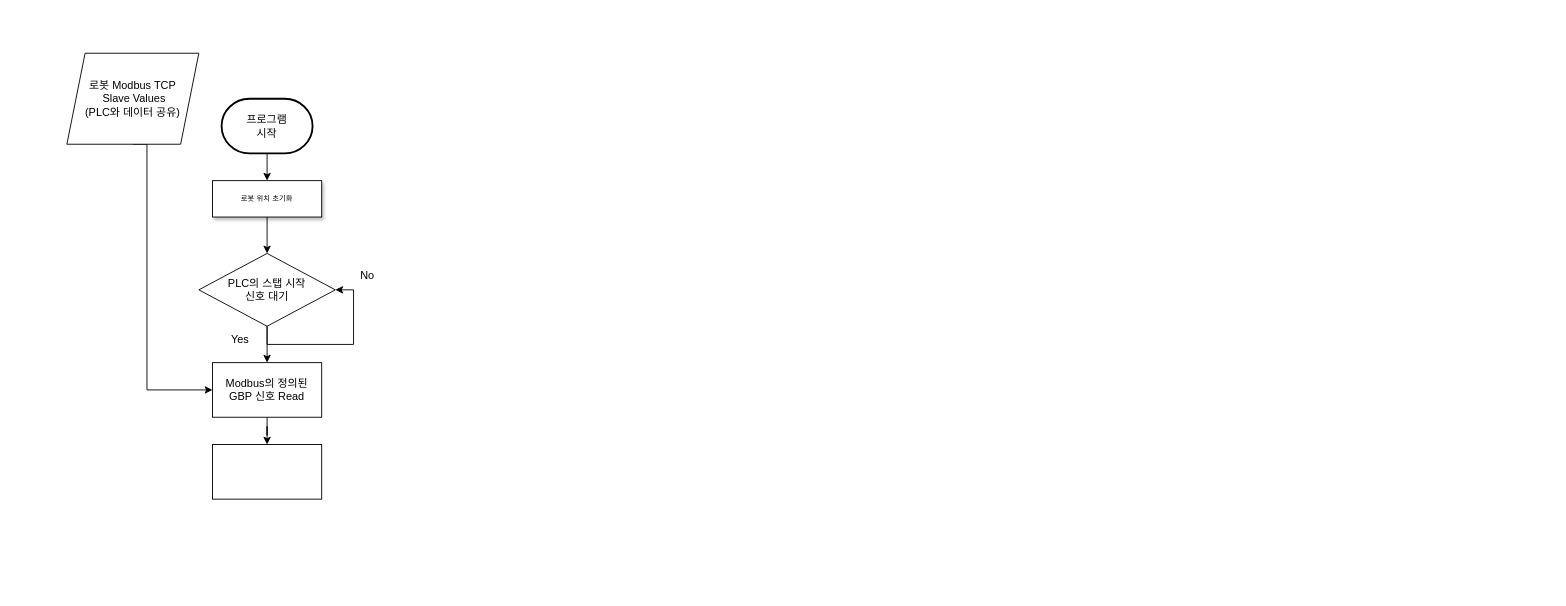
LeeJuMyeong/Documents keeps this draw.io diagram as 제목 없는 다이어그램.drawio. Above is the earlier version. Source tidied: cells renumbered, new cells numbered last; positions are measured from the earlier drawing's top-left corner, leaving out a move shared by most shapes. Both pictures are drawn from the tidied source at 91%, with x=0, y=0 at pixel (66, 53).
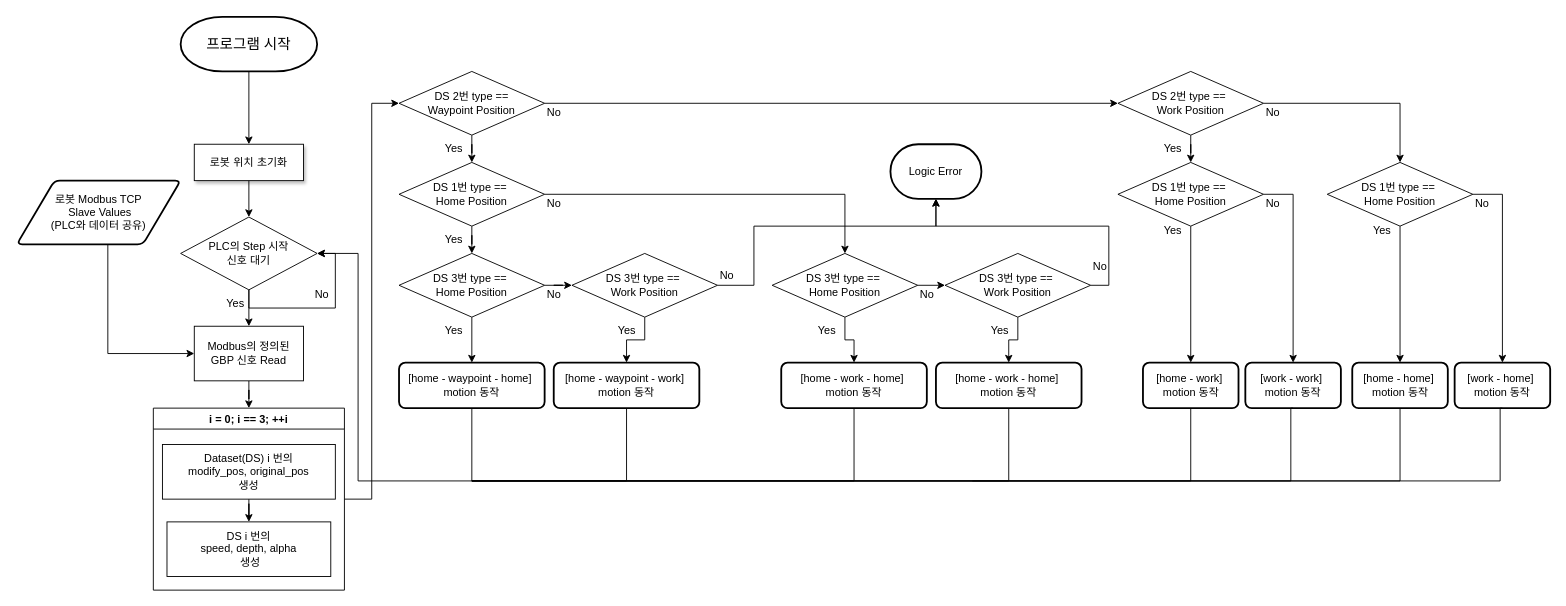
The same page after the edit.

What changed in the source:
```diff
@@
-    <mxCell id="3" value="프로그램&lt;br&gt;시작" style="strokeWidth=2;html=1;shape=mxgraph.flowchart.terminator;whiteSpace=wrap;" parent="1" vertex="1">
-      <mxGeometry x="170" y="50" width="100" height="60" as="geometry" />
+    <mxCell id="3" value="&lt;font style=&quot;font-size: 16px;&quot;&gt;프로그램 시작&lt;/font&gt;" style="strokeWidth=2;html=1;shape=mxgraph.flowchart.terminator;whiteSpace=wrap;" parent="1" vertex="1">
+      <mxGeometry x="125" y="-40" width="150" height="60" as="geometry" />
     </mxCell>
@@
-    <mxCell id="5" value="로봇 위치 초기화" style="whiteSpace=wrap;html=1;rounded=0;shadow=1;labelBackgroundColor=none;strokeWidth=1;fontFamily=Verdana;fontSize=8;align=center;" parent="1" vertex="1">
-      <mxGeometry x="160" y="140" width="120" height="40" as="geometry" />
+    <mxCell id="5" value="&lt;font style=&quot;font-size: 12px;&quot;&gt;로봇 위치 초기화&lt;/font&gt;" style="whiteSpace=wrap;html=1;rounded=0;shadow=1;labelBackgroundColor=none;strokeWidth=1;fontFamily=Verdana;fontSize=8;align=center;" parent="1" vertex="1">
+      <mxGeometry x="140" y="100" width="120" height="40" as="geometry" />
     </mxCell>
-    <mxCell id="6" style="edgeStyle=orthogonalEdgeStyle;rounded=0;jettySize=auto;html=1;" parent="1" edge="1" source="7" target="15">
+    <mxCell id="6" style="edgeStyle=orthogonalEdgeStyle;rounded=0;jettySize=auto;html=1;entryX=0.5;entryY=0;entryDx=0;entryDy=0;" parent="1" edge="1" source="7" target="17">
       <mxGeometry relative="1" as="geometry" />
     </mxCell>
     <mxCell id="7" value="Modbus의 정의된 GBP 신호 Read" style="whiteSpace=wrap;html=1;" parent="1" vertex="1">
-      <mxGeometry x="160" y="340" width="120" height="60" as="geometry" />
+      <mxGeometry x="140" y="300" width="120" height="60" as="geometry" />
     </mxCell>
@@
-    <mxCell id="10" value="PLC의 스탭 시작 &lt;br&gt;신호 대기" style="rhombus;whiteSpace=wrap;html=1;" parent="1" vertex="1">
-      <mxGeometry x="145" y="220" width="150" height="80" as="geometry" />
+    <mxCell id="10" value="PLC의 Step 시작 &lt;br&gt;신호 대기" style="rhombus;whiteSpace=wrap;html=1;" parent="1" vertex="1">
+      <mxGeometry x="125" y="180" width="150" height="80" as="geometry" />
     </mxCell>
     <mxCell id="11" value="No" style="text;html=1;align=center;verticalAlign=middle;strokeColor=none;fillColor=none;" parent="1" vertex="1">
-      <mxGeometry x="310" y="230" width="40" height="30" as="geometry" />
+      <mxGeometry x="260" y="250" width="40" height="30" as="geometry" />
     </mxCell>
     <mxCell id="12" value="Yes" style="text;html=1;align=center;verticalAlign=middle;strokeColor=none;fillColor=none;" parent="1" vertex="1">
-      <mxGeometry x="170" y="300" width="40" height="30" as="geometry" />
+      <mxGeometry x="165" y="260" width="40" height="30" as="geometry" />
     </mxCell>
     <mxCell id="13" style="edgeStyle=orthogonalEdgeStyle;rounded=0;jettySize=auto;html=1;exitX=0.5;exitY=1;exitDx=0;exitDy=0;entryX=0;entryY=0.5;entryDx=0;entryDy=0;" parent="1" edge="1" source="14" target="7">
       <mxGeometry relative="1" as="geometry">
         <Array as="points">
-          <mxPoint x="88" y="370" />
+          <mxPoint x="45" y="330" />
         </Array>
       </mxGeometry>
     </mxCell>
-    <mxCell id="14" value="로봇 Modbus TCP&lt;br&gt;&amp;nbsp;Slave Values&lt;br&gt;(PLC와 데이터 공유)" style="shape=parallelogram;perimeter=parallelogramPerimeter;whiteSpace=wrap;html=1;fixedSize=1;" parent="1" vertex="1">
-      <mxGeometry width="145" height="100" as="geometry" />
+    <mxCell id="14" value="로봇 Modbus TCP&lt;br style=&quot;border-color: var(--border-color);&quot;&gt;&amp;nbsp;Slave Values&lt;br style=&quot;border-color: var(--border-color);&quot;&gt;(PLC와 데이터 공유)" style="shape=parallelogram;html=1;strokeWidth=2;perimeter=parallelogramPerimeter;whiteSpace=wrap;rounded=1;arcSize=12;size=0.23;" parent="1" vertex="1">
+      <mxGeometry x="-55" y="140" width="180" height="70" as="geometry" />
     </mxCell>
-    <mxCell id="15" style="whiteSpace=wrap;html=1;" parent="1" vertex="1">
-      <mxGeometry x="160" y="430" width="120" height="60" as="geometry" />
-    </mxCell>
+    <mxCell id="16" style="edgeStyle=orthogonalEdgeStyle;rounded=0;jettySize=auto;html=1;entryX=0;entryY=0.5;entryDx=0;entryDy=0;" parent="1" edge="1" source="17" target="23">
+      <mxGeometry relative="1" as="geometry" />
+    </mxCell>
+    <mxCell id="17" value="i = 0; i == 3; ++i" style="swimlane;" parent="1" vertex="1">
+      <mxGeometry x="95" y="390" width="210" height="200" as="geometry" />
+    </mxCell>
+    <mxCell id="18" style="edgeStyle=orthogonalEdgeStyle;rounded=0;jettySize=auto;html=1;" parent="17" edge="1" source="19" target="20">
+      <mxGeometry relative="1" as="geometry" />
+    </mxCell>
+    <mxCell id="19" value="Dataset(DS) i 번의&lt;br&gt;modify_pos, original_pos &lt;br&gt;생성" style="whiteSpace=wrap;html=1;" parent="17" vertex="1">
+      <mxGeometry x="10" y="40" width="190" height="60" as="geometry" />
+    </mxCell>
+    <mxCell id="20" value="DS i 번의&lt;br&gt;speed, depth, alpha&lt;br&gt;&amp;nbsp;생성" style="whiteSpace=wrap;html=1;" parent="17" vertex="1">
+      <mxGeometry x="15" y="125" width="180" height="60" as="geometry" />
+    </mxCell>
+    <mxCell id="21" style="edgeStyle=orthogonalEdgeStyle;rounded=0;jettySize=auto;html=1;" parent="1" edge="1" source="23" target="26">
+      <mxGeometry relative="1" as="geometry" />
+    </mxCell>
+    <mxCell id="22" style="edgeStyle=orthogonalEdgeStyle;rounded=0;jettySize=auto;html=1;" parent="1" edge="1" source="23" target="29">
+      <mxGeometry relative="1" as="geometry" />
+    </mxCell>
+    <mxCell id="23" value="&lt;span style=&quot;font-weight: normal;&quot;&gt;DS 2번 type ==&lt;br&gt;Waypoint Position&lt;br&gt;&lt;/span&gt;" style="rhombus;whiteSpace=wrap;html=1;fontStyle=1;startSize=23;" parent="1" vertex="1">
+      <mxGeometry x="365" y="20" width="160" height="70" as="geometry" />
+    </mxCell>
+    <mxCell id="24" style="edgeStyle=orthogonalEdgeStyle;rounded=0;jettySize=auto;html=1;" parent="1" edge="1" source="26" target="32">
+      <mxGeometry relative="1" as="geometry" />
+    </mxCell>
+    <mxCell id="25" style="edgeStyle=orthogonalEdgeStyle;rounded=0;jettySize=auto;html=1;" parent="1" edge="1" source="26" target="37">
+      <mxGeometry relative="1" as="geometry" />
+    </mxCell>
+    <mxCell id="26" value="&lt;span style=&quot;font-weight: normal;&quot;&gt;DS 1번 type ==&amp;nbsp;&lt;br&gt;Home Position&lt;br&gt;&lt;/span&gt;" style="rhombus;whiteSpace=wrap;html=1;fontStyle=1;startSize=23;" parent="1" vertex="1">
+      <mxGeometry x="365" y="120" width="160" height="70" as="geometry" />
+    </mxCell>
+    <mxCell id="27" style="edgeStyle=orthogonalEdgeStyle;rounded=0;jettySize=auto;html=1;entryX=0.5;entryY=0;entryDx=0;entryDy=0;" parent="1" edge="1" source="29" target="63">
+      <mxGeometry relative="1" as="geometry" />
+    </mxCell>
+    <mxCell id="28" style="edgeStyle=orthogonalEdgeStyle;rounded=0;jettySize=auto;html=1;entryX=0.5;entryY=0;entryDx=0;entryDy=0;" parent="1" edge="1" source="29" target="72">
+      <mxGeometry relative="1" as="geometry" />
+    </mxCell>
+    <mxCell id="29" value="&lt;span style=&quot;font-weight: normal;&quot;&gt;DS 2번 type ==&amp;nbsp;&lt;br&gt;Work Position&lt;br&gt;&lt;/span&gt;" style="rhombus;whiteSpace=wrap;html=1;fontStyle=1;startSize=23;" parent="1" vertex="1">
+      <mxGeometry x="1155" y="20" width="160" height="70" as="geometry" />
+    </mxCell>
+    <mxCell id="30" style="edgeStyle=orthogonalEdgeStyle;rounded=0;jettySize=auto;html=1;entryX=0.5;entryY=0;entryDx=0;entryDy=0;" parent="1" edge="1" source="32" target="34">
+      <mxGeometry relative="1" as="geometry" />
+    </mxCell>
+    <mxCell id="31" style="edgeStyle=orthogonalEdgeStyle;rounded=0;jettySize=auto;html=1;" parent="1" edge="1" source="32" target="40">
+      <mxGeometry relative="1" as="geometry" />
+    </mxCell>
+    <mxCell id="32" value="&lt;span style=&quot;font-weight: normal;&quot;&gt;DS 3번 type ==&amp;nbsp;&lt;br&gt;Home Position&lt;br&gt;&lt;/span&gt;" style="rhombus;whiteSpace=wrap;html=1;fontStyle=1;startSize=23;" parent="1" vertex="1">
+      <mxGeometry x="365" y="220" width="160" height="70" as="geometry" />
+    </mxCell>
+    <mxCell id="33" style="edgeStyle=orthogonalEdgeStyle;rounded=0;jettySize=auto;html=1;entryX=1;entryY=0.5;entryDx=0;entryDy=0;exitX=0.5;exitY=1;exitDx=0;exitDy=0;" parent="1" edge="1" source="34" target="10">
+      <mxGeometry relative="1" as="geometry">
+        <Array as="points">
+          <mxPoint x="445" y="470" />
+          <mxPoint x="320" y="470" />
+          <mxPoint x="320" y="220" />
+        </Array>
+      </mxGeometry>
+    </mxCell>
+    <mxCell id="34" value="[home - waypoint - home]&amp;nbsp;&lt;br style=&quot;border-color: var(--border-color);&quot;&gt;motion 동작" style="rounded=1;whiteSpace=wrap;html=1;absoluteArcSize=1;arcSize=14;strokeWidth=2;" parent="1" vertex="1">
+      <mxGeometry x="365" y="340" width="160" height="50" as="geometry" />
+    </mxCell>
+    <mxCell id="35" style="edgeStyle=orthogonalEdgeStyle;rounded=0;jettySize=auto;html=1;exitX=1;exitY=0.5;exitDx=0;exitDy=0;entryX=0;entryY=0.5;entryDx=0;entryDy=0;" parent="1" edge="1" source="37" target="57">
+      <mxGeometry relative="1" as="geometry" />
+    </mxCell>
+    <mxCell id="36" style="edgeStyle=orthogonalEdgeStyle;rounded=0;jettySize=auto;html=1;" parent="1" edge="1" source="37" target="51">
+      <mxGeometry relative="1" as="geometry" />
+    </mxCell>
+    <mxCell id="37" value="&lt;span style=&quot;font-weight: normal;&quot;&gt;DS 3번 type ==&amp;nbsp;&lt;br&gt;Home Position&lt;br&gt;&lt;/span&gt;" style="rhombus;whiteSpace=wrap;html=1;fontStyle=1;startSize=23;" parent="1" vertex="1">
+      <mxGeometry x="775" y="220" width="160" height="70" as="geometry" />
+    </mxCell>
+    <mxCell id="38" style="edgeStyle=orthogonalEdgeStyle;rounded=0;jettySize=auto;html=1;entryX=0.5;entryY=0;entryDx=0;entryDy=0;" parent="1" edge="1" source="40" target="42">
+      <mxGeometry relative="1" as="geometry" />
+    </mxCell>
+    <mxCell id="39" style="edgeStyle=orthogonalEdgeStyle;rounded=0;jettySize=auto;html=1;" parent="1" edge="1" source="40" target="59">
+      <mxGeometry relative="1" as="geometry">
+        <Array as="points">
+          <mxPoint x="755" y="255" />
+          <mxPoint x="755" y="190" />
+          <mxPoint x="955" y="190" />
+        </Array>
+      </mxGeometry>
+    </mxCell>
+    <mxCell id="40" value="&lt;span style=&quot;font-weight: normal;&quot;&gt;DS 3번 type ==&amp;nbsp;&lt;br&gt;Work Position&lt;br&gt;&lt;/span&gt;" style="rhombus;whiteSpace=wrap;html=1;fontStyle=1;startSize=23;" parent="1" vertex="1">
+      <mxGeometry x="555" y="220" width="160" height="70" as="geometry" />
+    </mxCell>
+    <mxCell id="41" style="edgeStyle=orthogonalEdgeStyle;rounded=0;jettySize=auto;html=1;endArrow=none;endFill=0;" parent="1" edge="1" source="42">
+      <mxGeometry relative="1" as="geometry">
+        <mxPoint x="445" y="470" as="targetPoint" />
+        <Array as="points">
+          <mxPoint x="615" y="470" />
+        </Array>
+      </mxGeometry>
+    </mxCell>
+    <mxCell id="42" value="[home - waypoint - work]&amp;nbsp;&lt;br style=&quot;border-color: var(--border-color);&quot;&gt;motion 동작" style="rounded=1;whiteSpace=wrap;html=1;absoluteArcSize=1;arcSize=14;strokeWidth=2;" parent="1" vertex="1">
+      <mxGeometry x="535" y="340" width="160" height="50" as="geometry" />
+    </mxCell>
+    <mxCell id="43" value="Yes" style="text;html=1;align=center;verticalAlign=middle;strokeColor=none;fillColor=none;" parent="1" vertex="1">
+      <mxGeometry x="405" y="90" width="40" height="30" as="geometry" />
+    </mxCell>
+    <mxCell id="44" value="Yes" style="text;html=1;align=center;verticalAlign=middle;strokeColor=none;fillColor=none;" parent="1" vertex="1">
+      <mxGeometry x="405" y="190" width="40" height="30" as="geometry" />
+    </mxCell>
+    <mxCell id="45" value="Yes" style="text;html=1;align=center;verticalAlign=middle;strokeColor=none;fillColor=none;" parent="1" vertex="1">
+      <mxGeometry x="405" y="290" width="40" height="30" as="geometry" />
+    </mxCell>
+    <mxCell id="46" value="No" style="text;html=1;align=center;verticalAlign=middle;strokeColor=none;fillColor=none;" parent="1" vertex="1">
+      <mxGeometry x="515" y="250" width="40" height="30" as="geometry" />
+    </mxCell>
+    <mxCell id="47" value="No" style="text;html=1;align=center;verticalAlign=middle;strokeColor=none;fillColor=none;" parent="1" vertex="1">
+      <mxGeometry x="515" y="50" width="40" height="30" as="geometry" />
+    </mxCell>
+    <mxCell id="48" value="No" style="text;html=1;align=center;verticalAlign=middle;strokeColor=none;fillColor=none;" parent="1" vertex="1">
+      <mxGeometry x="515" y="150" width="40" height="30" as="geometry" />
+    </mxCell>
+    <mxCell id="49" value="No" style="text;html=1;align=center;verticalAlign=middle;strokeColor=none;fillColor=none;" parent="1" vertex="1">
+      <mxGeometry x="705" y="230" width="40" height="30" as="geometry" />
+    </mxCell>
+    <mxCell id="50" value="Yes" style="text;html=1;align=center;verticalAlign=middle;strokeColor=none;fillColor=none;" parent="1" vertex="1">
+      <mxGeometry x="595" y="290" width="40" height="30" as="geometry" />
+    </mxCell>
+    <mxCell id="51" value="[home - work - home]&amp;nbsp;&lt;br style=&quot;border-color: var(--border-color);&quot;&gt;motion 동작" style="rounded=1;whiteSpace=wrap;html=1;absoluteArcSize=1;arcSize=14;strokeWidth=2;" parent="1" vertex="1">
+      <mxGeometry x="785" y="340" width="160" height="50" as="geometry" />
+    </mxCell>
+    <mxCell id="52" value="Yes" style="text;html=1;align=center;verticalAlign=middle;strokeColor=none;fillColor=none;" parent="1" vertex="1">
+      <mxGeometry x="815" y="290" width="40" height="30" as="geometry" />
+    </mxCell>
+    <mxCell id="53" value="[home - work - home]&amp;nbsp;&lt;br style=&quot;border-color: var(--border-color);&quot;&gt;motion 동작" style="rounded=1;whiteSpace=wrap;html=1;absoluteArcSize=1;arcSize=14;strokeWidth=2;" parent="1" vertex="1">
+      <mxGeometry x="955" y="340" width="160" height="50" as="geometry" />
+    </mxCell>
+    <mxCell id="54" value="No" style="text;html=1;align=center;verticalAlign=middle;strokeColor=none;fillColor=none;" parent="1" vertex="1">
+      <mxGeometry x="925" y="250" width="40" height="30" as="geometry" />
+    </mxCell>
+    <mxCell id="55" style="edgeStyle=orthogonalEdgeStyle;rounded=0;jettySize=auto;html=1;entryX=0.5;entryY=0;entryDx=0;entryDy=0;" parent="1" edge="1" source="57" target="53">
+      <mxGeometry relative="1" as="geometry" />
+    </mxCell>
+    <mxCell id="56" style="edgeStyle=orthogonalEdgeStyle;rounded=0;jettySize=auto;html=1;entryX=0.5;entryY=1;entryDx=0;entryDy=0;entryPerimeter=0;exitX=1;exitY=0.5;exitDx=0;exitDy=0;" parent="1" edge="1" source="57" target="59">
+      <mxGeometry relative="1" as="geometry">
+        <Array as="points">
+          <mxPoint x="1145" y="255" />
+          <mxPoint x="1145" y="190" />
+          <mxPoint x="955" y="190" />
+        </Array>
+      </mxGeometry>
+    </mxCell>
+    <mxCell id="57" value="&lt;span style=&quot;font-weight: normal;&quot;&gt;DS 3번 type ==&amp;nbsp;&lt;br&gt;Work Position&lt;br&gt;&lt;/span&gt;" style="rhombus;whiteSpace=wrap;html=1;fontStyle=1;startSize=23;" parent="1" vertex="1">
+      <mxGeometry x="965" y="220" width="160" height="70" as="geometry" />
+    </mxCell>
+    <mxCell id="58" value="Yes" style="text;html=1;align=center;verticalAlign=middle;strokeColor=none;fillColor=none;" parent="1" vertex="1">
+      <mxGeometry x="1005" y="290" width="40" height="30" as="geometry" />
+    </mxCell>
+    <mxCell id="59" value="Logic Error" style="strokeWidth=2;html=1;shape=mxgraph.flowchart.terminator;whiteSpace=wrap;" parent="1" vertex="1">
+      <mxGeometry x="905" y="100" width="100" height="60" as="geometry" />
+    </mxCell>
+    <mxCell id="60" value="No" style="text;html=1;align=center;verticalAlign=middle;strokeColor=none;fillColor=none;" parent="1" vertex="1">
+      <mxGeometry x="1115" y="220" width="40" height="30" as="geometry" />
+    </mxCell>
+    <mxCell id="61" style="edgeStyle=orthogonalEdgeStyle;rounded=0;jettySize=auto;html=1;entryX=0.5;entryY=0;entryDx=0;entryDy=0;" parent="1" edge="1" source="63" target="65">
+      <mxGeometry relative="1" as="geometry" />
+    </mxCell>
+    <mxCell id="62" style="edgeStyle=orthogonalEdgeStyle;rounded=0;jettySize=auto;html=1;exitX=1;exitY=0.5;exitDx=0;exitDy=0;" parent="1" edge="1" source="63" target="67">
+      <mxGeometry relative="1" as="geometry" />
+    </mxCell>
+    <mxCell id="63" value="&lt;span style=&quot;font-weight: normal;&quot;&gt;DS 1번 type ==&amp;nbsp;&lt;br&gt;Home Position&lt;br&gt;&lt;/span&gt;" style="rhombus;whiteSpace=wrap;html=1;fontStyle=1;startSize=23;" parent="1" vertex="1">
+      <mxGeometry x="1155" y="120" width="160" height="70" as="geometry" />
+    </mxCell>
+    <mxCell id="64" value="Yes" style="text;html=1;align=center;verticalAlign=middle;strokeColor=none;fillColor=none;" parent="1" vertex="1">
+      <mxGeometry x="1195" y="90" width="40" height="30" as="geometry" />
+    </mxCell>
+    <mxCell id="65" value="[home - work]&amp;nbsp;&lt;br style=&quot;border-color: var(--border-color);&quot;&gt;motion 동작" style="rounded=1;whiteSpace=wrap;html=1;absoluteArcSize=1;arcSize=14;strokeWidth=2;" parent="1" vertex="1">
+      <mxGeometry x="1182.5" y="340" width="105" height="50" as="geometry" />
+    </mxCell>
+    <mxCell id="66" value="Yes" style="text;html=1;align=center;verticalAlign=middle;strokeColor=none;fillColor=none;" parent="1" vertex="1">
+      <mxGeometry x="1195" y="180" width="40" height="30" as="geometry" />
+    </mxCell>
+    <mxCell id="67" value="[work - work]&amp;nbsp;&lt;br style=&quot;border-color: var(--border-color);&quot;&gt;motion 동작" style="rounded=1;whiteSpace=wrap;html=1;absoluteArcSize=1;arcSize=14;strokeWidth=2;" parent="1" vertex="1">
+      <mxGeometry x="1295" y="340" width="105" height="50" as="geometry" />
+    </mxCell>
+    <mxCell id="68" value="No" style="text;html=1;align=center;verticalAlign=middle;strokeColor=none;fillColor=none;" parent="1" vertex="1">
+      <mxGeometry x="1305" y="150" width="40" height="30" as="geometry" />
+    </mxCell>
+    <mxCell id="69" value="No" style="text;html=1;align=center;verticalAlign=middle;strokeColor=none;fillColor=none;" parent="1" vertex="1">
+      <mxGeometry x="1305" y="50" width="40" height="30" as="geometry" />
+    </mxCell>
+    <mxCell id="70" style="edgeStyle=orthogonalEdgeStyle;rounded=0;jettySize=auto;html=1;entryX=0.5;entryY=0;entryDx=0;entryDy=0;" parent="1" edge="1" source="72" target="73">
+      <mxGeometry relative="1" as="geometry" />
+    </mxCell>
+    <mxCell id="71" style="edgeStyle=orthogonalEdgeStyle;rounded=0;jettySize=auto;html=1;exitX=1;exitY=0.5;exitDx=0;exitDy=0;entryX=0.5;entryY=0;entryDx=0;entryDy=0;" parent="1" edge="1" source="72" target="76">
+      <mxGeometry relative="1" as="geometry" />
+    </mxCell>
+    <mxCell id="72" value="&lt;span style=&quot;font-weight: normal;&quot;&gt;DS 1번 type ==&amp;nbsp;&lt;br&gt;Home Position&lt;br&gt;&lt;/span&gt;" style="rhombus;whiteSpace=wrap;html=1;fontStyle=1;startSize=23;" parent="1" vertex="1">
+      <mxGeometry x="1385" y="120" width="160" height="70" as="geometry" />
+    </mxCell>
+    <mxCell id="73" value="[home - home]&amp;nbsp;&lt;br style=&quot;border-color: var(--border-color);&quot;&gt;motion 동작" style="rounded=1;whiteSpace=wrap;html=1;absoluteArcSize=1;arcSize=14;strokeWidth=2;" parent="1" vertex="1">
+      <mxGeometry x="1412.5" y="340" width="105" height="50" as="geometry" />
+    </mxCell>
+    <mxCell id="74" value="Yes" style="text;html=1;align=center;verticalAlign=middle;strokeColor=none;fillColor=none;" parent="1" vertex="1">
+      <mxGeometry x="1425" y="180" width="40" height="30" as="geometry" />
+    </mxCell>
+    <mxCell id="75" value="No" style="text;html=1;align=center;verticalAlign=middle;strokeColor=none;fillColor=none;" parent="1" vertex="1">
+      <mxGeometry x="1535" y="150" width="40" height="30" as="geometry" />
+    </mxCell>
+    <mxCell id="76" value="[work - home]&amp;nbsp;&lt;br style=&quot;border-color: var(--border-color);&quot;&gt;motion 동작" style="rounded=1;whiteSpace=wrap;html=1;absoluteArcSize=1;arcSize=14;strokeWidth=2;" parent="1" vertex="1">
+      <mxGeometry x="1525" y="340" width="105" height="50" as="geometry" />
+    </mxCell>
+    <mxCell id="77" style="edgeStyle=orthogonalEdgeStyle;rounded=0;jettySize=auto;html=1;endArrow=none;endFill=0;exitX=0.5;exitY=1;exitDx=0;exitDy=0;" parent="1" edge="1" source="51">
+      <mxGeometry relative="1" as="geometry">
+        <mxPoint x="445" y="470" as="targetPoint" />
+        <Array as="points">
+          <mxPoint x="865" y="470" />
+        </Array>
+      </mxGeometry>
+    </mxCell>
+    <mxCell id="78" style="edgeStyle=orthogonalEdgeStyle;rounded=0;jettySize=auto;html=1;endArrow=none;endFill=0;exitX=0.5;exitY=1;exitDx=0;exitDy=0;" parent="1" edge="1" source="53">
+      <mxGeometry relative="1" as="geometry">
+        <mxPoint x="445" y="470" as="targetPoint" />
+        <Array as="points">
+          <mxPoint x="1035" y="470" />
+        </Array>
+      </mxGeometry>
+    </mxCell>
+    <mxCell id="79" style="edgeStyle=orthogonalEdgeStyle;rounded=0;jettySize=auto;html=1;endArrow=none;endFill=0;exitX=0.5;exitY=1;exitDx=0;exitDy=0;" parent="1" edge="1" source="65">
+      <mxGeometry relative="1" as="geometry">
+        <mxPoint x="995" y="470" as="targetPoint" />
+        <Array as="points">
+          <mxPoint x="1235" y="470" />
+        </Array>
+      </mxGeometry>
+    </mxCell>
+    <mxCell id="80" style="edgeStyle=orthogonalEdgeStyle;rounded=0;jettySize=auto;html=1;endArrow=none;endFill=0;exitX=0.5;exitY=1;exitDx=0;exitDy=0;" parent="1" edge="1" source="67">
+      <mxGeometry relative="1" as="geometry">
+        <mxPoint x="445" y="470" as="targetPoint" />
+        <Array as="points">
+          <mxPoint x="1345" y="390" />
+          <mxPoint x="1345" y="470" />
+        </Array>
+      </mxGeometry>
+    </mxCell>
+    <mxCell id="81" style="edgeStyle=orthogonalEdgeStyle;rounded=0;jettySize=auto;html=1;endArrow=none;endFill=0;exitX=0.5;exitY=1;exitDx=0;exitDy=0;" parent="1" edge="1" source="73">
+      <mxGeometry relative="1" as="geometry">
+        <mxPoint x="445" y="470" as="targetPoint" />
+        <Array as="points">
+          <mxPoint x="1465" y="470" />
+        </Array>
+      </mxGeometry>
+    </mxCell>
+    <mxCell id="82" style="edgeStyle=orthogonalEdgeStyle;rounded=0;jettySize=auto;html=1;endArrow=none;endFill=0;exitX=0.5;exitY=1;exitDx=0;exitDy=0;" parent="1" edge="1" source="76">
+      <mxGeometry relative="1" as="geometry">
+        <mxPoint x="445" y="470" as="targetPoint" />
+        <Array as="points">
+          <mxPoint x="1575" y="390" />
+          <mxPoint x="1575" y="470" />
+        </Array>
+      </mxGeometry>
+    </mxCell>
```
